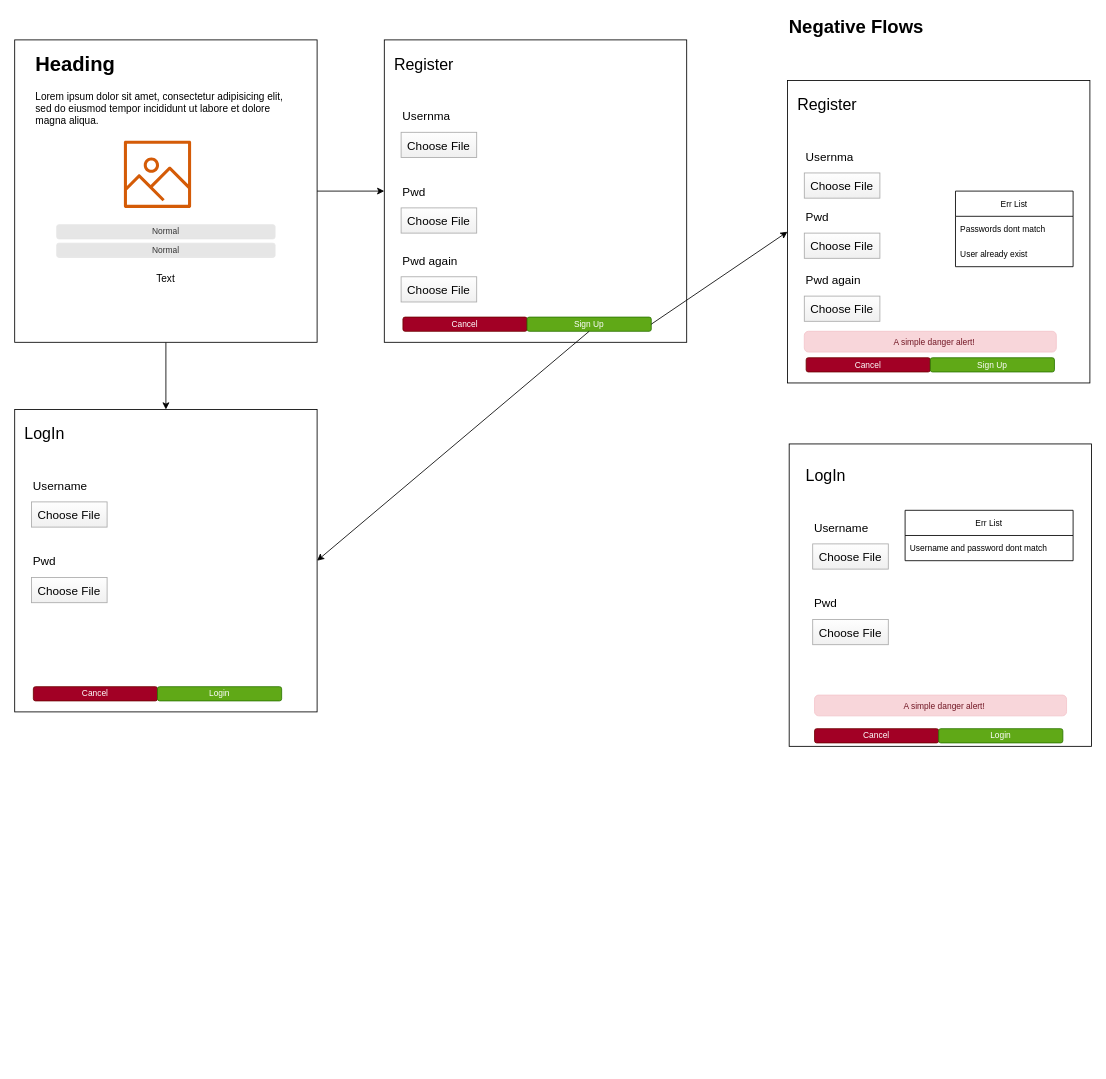
The draw.io diagram docs/homepage.drawio in ale-sanchez-g/responsivefight, before the edit. Source tidied: cells renumbered, new cells numbered last; positions are measured from the earlier drawing's top-left corner, leaving out a move shared by most shapes. Both pictures are drawn from the tidied source at 84%, with x=0, y=0 at pixel (14, 14).
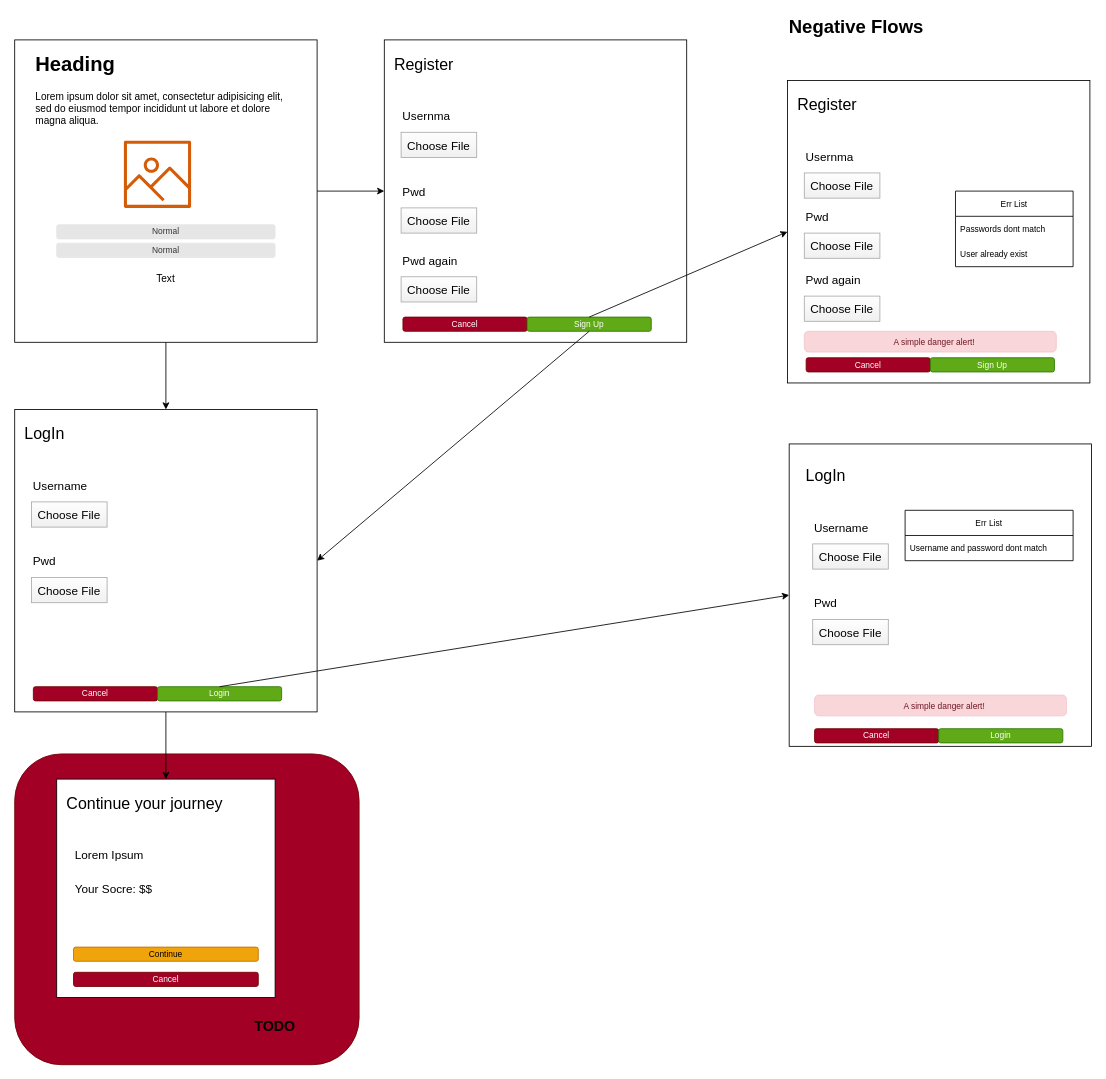
The same diagram, later.

Commit message (it also covers changes not shown here):
test and homepage logic

The change refers to these unchanged cells:
```xml
<mxCell id="19" value="Sign Up" style="rounded=1;html=1;shadow=0;dashed=0;whiteSpace=wrap;fontSize=10;fillColor=#60a917;align=center;strokeColor=#2D7600;fontColor=#ffffff;" parent="1" vertex="1">
  <mxGeometry x="610" y="360" width="147.8" height="16.9" as="geometry" />
</mxCell>
<mxCell id="20" style="whiteSpace=wrap;html=1;" parent="1" vertex="1">
  <mxGeometry y="470" width="360" height="360" as="geometry" />
</mxCell>
<mxCell id="27" value="Login" style="rounded=1;html=1;shadow=0;dashed=0;whiteSpace=wrap;fontSize=10;fillColor=#60a917;align=center;strokeColor=#2D7600;fontColor=#ffffff;" parent="1" vertex="1">
  <mxGeometry x="170" y="800" width="147.8" height="16.9" as="geometry" />
</mxCell>
<mxCell id="29" style="whiteSpace=wrap;html=1;" parent="1" vertex="1">
  <mxGeometry x="920" y="78.4" width="360" height="360" as="geometry" />
</mxCell>
<mxCell id="45" style="whiteSpace=wrap;html=1;" parent="1" vertex="1">
  <mxGeometry x="922" y="511" width="360" height="360" as="geometry" />
</mxCell>
```

What changed in the source:
```diff
@@
+    <mxCell id="56" style="rounded=1;whiteSpace=wrap;html=1;fillColor=#a20025;strokeColor=#6F0000;fontColor=#ffffff;" parent="1" vertex="1">
+      <mxGeometry y="880" width="410" height="370" as="geometry" />
+    </mxCell>
@@
+    <mxCell id="57" style="edgeStyle=none;html=1;exitX=0.5;exitY=1;exitDx=0;exitDy=0;entryX=0.5;entryY=0;entryDx=0;entryDy=0;" parent="1" edge="1" source="20" target="59">
+      <mxGeometry relative="1" as="geometry" />
+    </mxCell>
@@
-    <mxCell id="44" style="endArrow=classic;html=1;fontSize=10;exitX=1;exitY=0.5;exitDx=0;exitDy=0;entryX=0;entryY=0.5;entryDx=0;entryDy=0;" parent="1" edge="1" source="19" target="29">
+    <mxCell id="44" style="endArrow=classic;html=1;fontSize=10;exitX=0.5;exitY=0;exitDx=0;exitDy=0;entryX=0;entryY=0.5;entryDx=0;entryDy=0;" parent="1" edge="1" source="19" target="29">
       <mxGeometry relative="1" as="geometry" />
     </mxCell>
@@
+    <mxCell id="58" style="endArrow=classic;html=1;fontSize=10;exitX=0.5;exitY=0;exitDx=0;exitDy=0;entryX=0;entryY=0.5;entryDx=0;entryDy=0;" parent="1" edge="1" source="27" target="45">
+      <mxGeometry relative="1" as="geometry" />
+    </mxCell>
+    <mxCell id="59" style="whiteSpace=wrap;html=1;" parent="1" vertex="1">
+      <mxGeometry x="50" y="910" width="260" height="260" as="geometry" />
+    </mxCell>
+    <mxCell id="60" value="&lt;font style=&quot;font-size: 19px&quot;&gt;Continue your journey&lt;/font&gt;" style="text;html=1;strokeColor=none;fillColor=none;align=left;verticalAlign=middle;whiteSpace=wrap;rounded=0;" parent="1" vertex="1">
+      <mxGeometry x="60" y="920" width="230" height="40" as="geometry" />
+    </mxCell>
+    <mxCell id="61" value="Lorem Ipsum" style="fillColor=none;strokeColor=none;align=left;fontSize=14;" parent="1" vertex="1">
+      <mxGeometry x="70" y="980" width="150" height="40" as="geometry" />
+    </mxCell>
+    <mxCell id="62" value="Your Socre: $$ " style="fillColor=none;strokeColor=none;align=left;fontSize=14;" parent="1" vertex="1">
+      <mxGeometry x="70" y="1020" width="150" height="40" as="geometry" />
+    </mxCell>
+    <mxCell id="63" value="Cancel" style="rounded=1;html=1;shadow=0;dashed=0;whiteSpace=wrap;fontSize=10;fillColor=#a20025;align=center;strokeColor=#6F0000;fontColor=#ffffff;" parent="1" vertex="1">
+      <mxGeometry x="70" y="1140" width="220" height="16.9" as="geometry" />
+    </mxCell>
+    <mxCell id="64" value="Continue" style="rounded=1;html=1;shadow=0;dashed=0;whiteSpace=wrap;fontSize=10;fillColor=#f0a30a;align=center;strokeColor=#BD7000;fontColor=#000000;" parent="1" vertex="1">
+      <mxGeometry x="70" y="1110" width="220" height="16.9" as="geometry" />
+    </mxCell>
+    <mxCell id="65" value="&lt;font color=&quot;#000000&quot; size=&quot;1&quot;&gt;&lt;b style=&quot;font-size: 17px&quot;&gt;TODO&lt;/b&gt;&lt;/font&gt;" style="text;html=1;strokeColor=none;fillColor=none;align=center;verticalAlign=middle;whiteSpace=wrap;rounded=0;" parent="1" vertex="1">
+      <mxGeometry x="280" y="1190" width="60" height="30" as="geometry" />
+    </mxCell>
```
